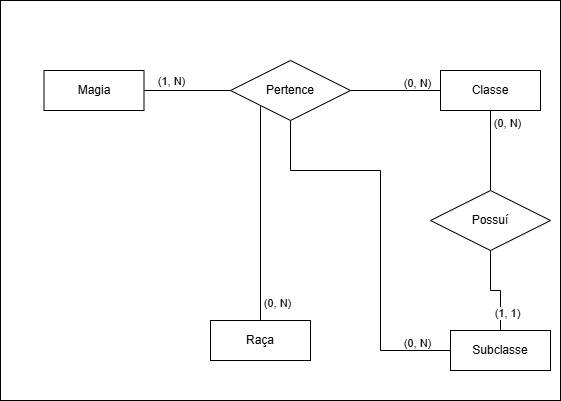
Earlier version of the draw.io export DND.drawio.png (VitorFonseca123/DnD-RPG). Source tidied: cells renumbered, new cells last; positions are measured from the earlier drawing's top-left corner, leaving out a move shared by most shapes.
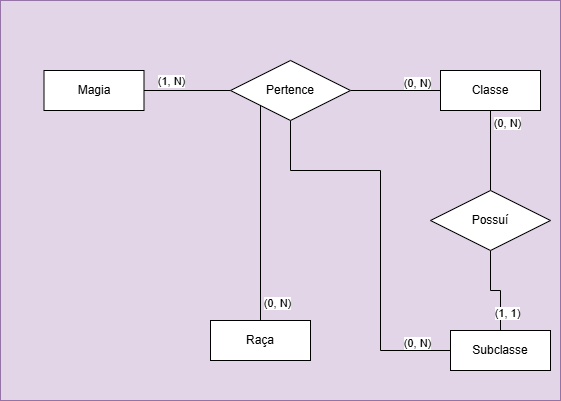
After the change.

Change to the diagram source:
```diff
@@ -2,7 +2,7 @@
   <root>
     <mxCell id="0" />
     <mxCell id="1" parent="0" />
-    <mxCell id="2" style="rounded=0;whiteSpace=wrap;html=1;" parent="1" vertex="1">
+    <mxCell id="2" style="rounded=0;whiteSpace=wrap;html=1;fillColor=#e1d5e7;strokeColor=#9673a6;" parent="1" vertex="1">
       <mxGeometry width="560" height="400" as="geometry" />
     </mxCell>
     <mxCell id="3" style="edgeStyle=orthogonalEdgeStyle;rounded=0;jettySize=auto;html=1;entryX=0;entryY=0.5;entryDx=0;entryDy=0;endArrow=none;startFill=0;exitX=1;exitY=0.5;exitDx=0;exitDy=0;" parent="1" edge="1" source="9" target="7">
```
